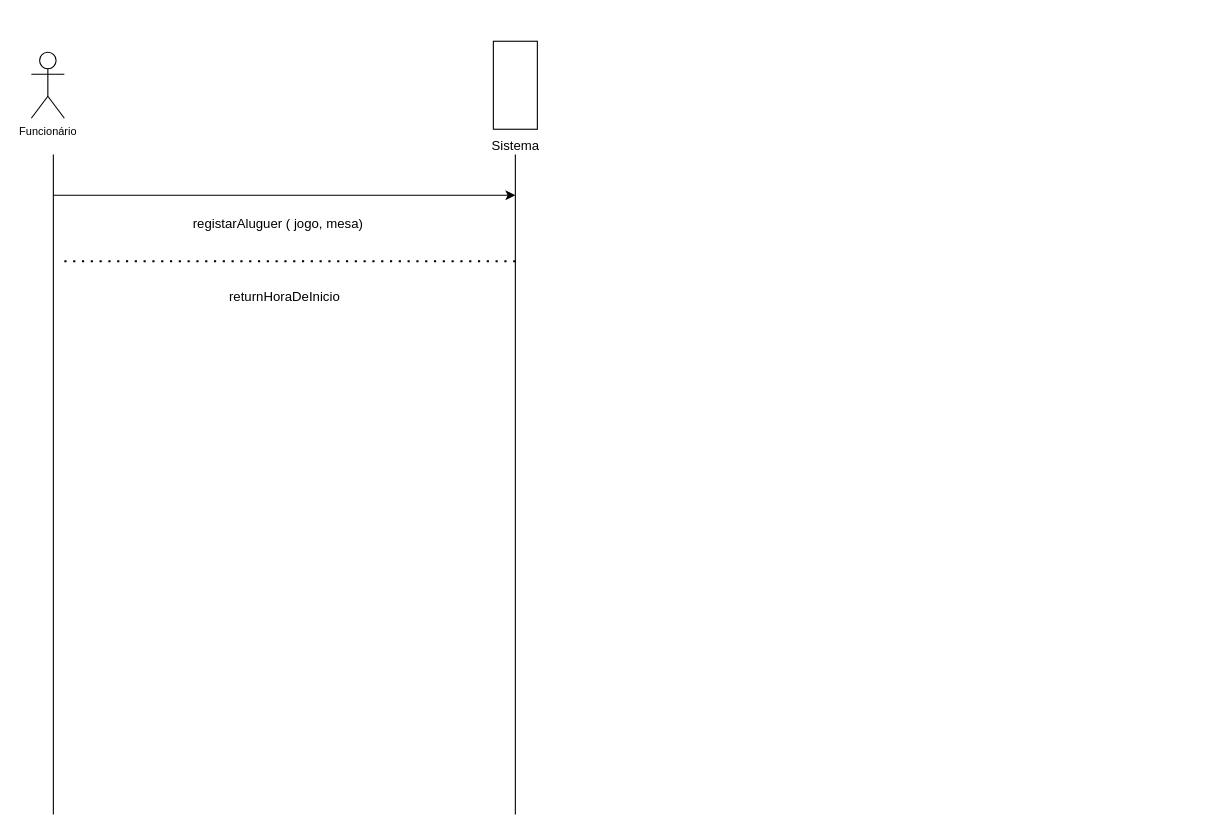
Above: ssd7.drawio in luccamarshall/DCO (draw.io), before the change. Source tidied: cells renumbered, new cells numbered last; positions are measured from the earlier drawing's top-left corner, leaving out a move shared by most shapes. Both pictures are drawn from the tidied source at 110%, with x=0, y=0 at pixel (31, 52).
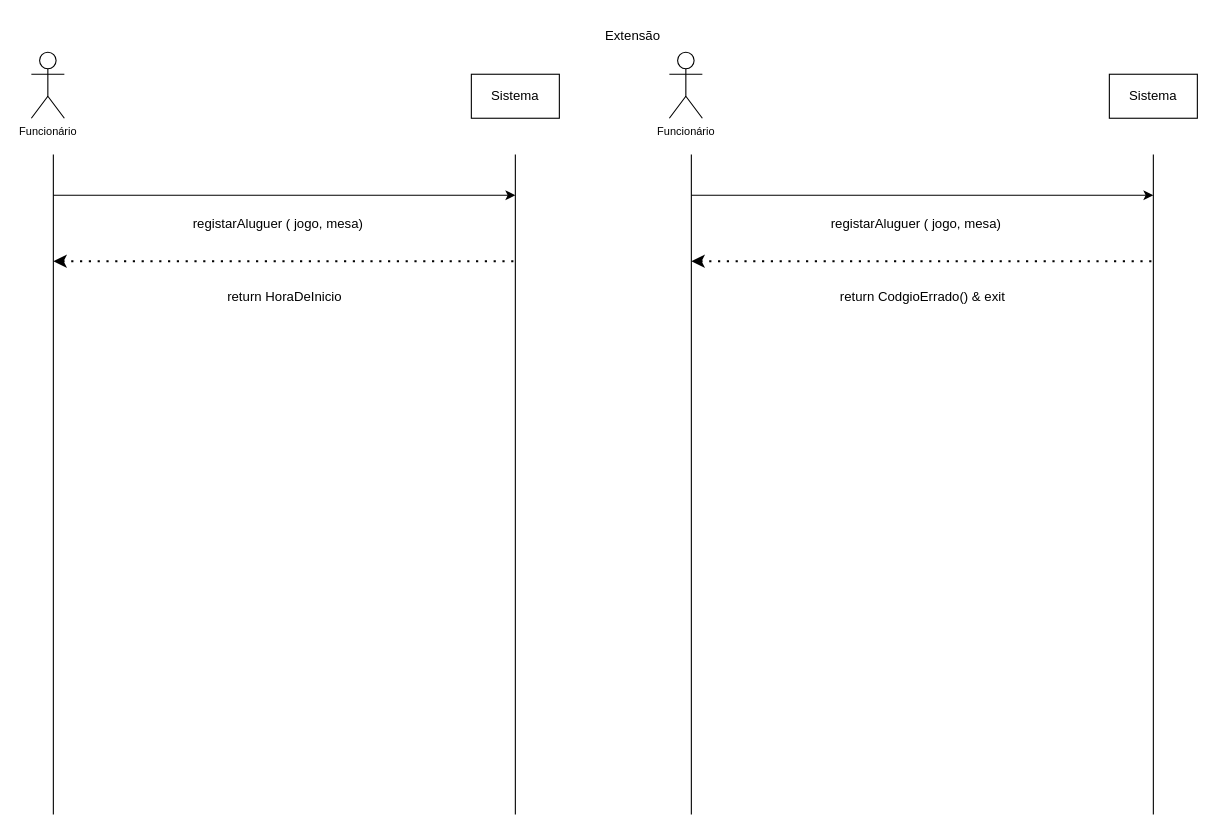
Above is the later version.

The edit, as a diff of the source:
```diff
@@
-    <mxCell id="7" style="rounded=0;whiteSpace=wrap;html=1;rotation=90;" parent="1" vertex="1">
-      <mxGeometry x="400" y="10" width="80" height="40" as="geometry" />
-    </mxCell>
-    <mxCell id="8" value="Sistema&lt;br&gt;" style="text;html=1;align=center;verticalAlign=middle;strokeColor=none;fillColor=none;" parent="1" vertex="1">
-      <mxGeometry x="405" y="70" width="70" height="30" as="geometry" />
-    </mxCell>
-    <mxCell id="9" style="endArrow=none;dashed=1;html=1;dashPattern=1 3;strokeWidth=2;rounded=0;" parent="1" edge="1">
+    <mxCell id="9" style="endArrow=none;dashed=1;html=1;dashPattern=1 3;strokeWidth=2;rounded=0;startArrow=classic;startFill=1;" parent="1" edge="1">
       <mxGeometry relative="1" as="geometry">
-        <mxPoint x="30" y="190" as="sourcePoint" />
+        <mxPoint x="20" y="190" as="sourcePoint" />
         <mxPoint x="440" y="190" as="targetPoint" />
       </mxGeometry>
     </mxCell>
-    <mxCell id="10" value="returnHoraDeInicio" style="text;html=1;align=center;verticalAlign=middle;strokeColor=none;fillColor=none;" parent="1" vertex="1">
-      <mxGeometry x="170" y="208" width="120" height="30" as="geometry" />
+    <mxCell id="10" value="return HoraDeInicio" style="text;html=1;align=center;verticalAlign=middle;strokeColor=none;fillColor=none;" parent="1" vertex="1">
+      <mxGeometry x="165" y="208" width="130" height="30" as="geometry" />
     </mxCell>
+    <mxCell id="11" value="Sistema" style="rounded=0;whiteSpace=wrap;html=1;" parent="1" vertex="1">
+      <mxGeometry x="400" y="20" width="80" height="40" as="geometry" />
+    </mxCell>
+    <mxCell id="12" value="&lt;sup&gt;Funcionário&lt;/sup&gt;" style="shape=umlActor;verticalLabelPosition=bottom;verticalAlign=top;html=1;" parent="1" vertex="1">
+      <mxGeometry x="580" width="30" height="60" as="geometry" />
+    </mxCell>
+    <mxCell id="13" style="endArrow=none;html=1;rounded=0;" parent="1" edge="1">
+      <mxGeometry relative="1" as="geometry">
+        <mxPoint x="600" y="693" as="sourcePoint" />
+        <mxPoint x="600" y="93" as="targetPoint" />
+      </mxGeometry>
+    </mxCell>
+    <mxCell id="14" style="endArrow=classic;html=1;rounded=0;" parent="1" edge="1">
+      <mxGeometry relative="1" as="geometry">
+        <mxPoint x="600" y="130" as="sourcePoint" />
+        <mxPoint x="1020" y="130" as="targetPoint" />
+      </mxGeometry>
+    </mxCell>
+    <mxCell id="15" value="registarAluguer ( jogo, mesa)" style="text;html=1;align=center;verticalAlign=middle;strokeColor=none;fillColor=none;" parent="1" vertex="1">
+      <mxGeometry x="714" y="141" width="180" height="30" as="geometry" />
+    </mxCell>
+    <mxCell id="16" style="endArrow=none;html=1;rounded=0;" parent="1" edge="1">
+      <mxGeometry relative="1" as="geometry">
+        <mxPoint x="1020" y="693" as="sourcePoint" />
+        <mxPoint x="1020" y="93" as="targetPoint" />
+      </mxGeometry>
+    </mxCell>
+    <mxCell id="17" style="endArrow=none;dashed=1;html=1;dashPattern=1 3;strokeWidth=2;rounded=0;startArrow=classic;startFill=1;" parent="1" edge="1">
+      <mxGeometry relative="1" as="geometry">
+        <mxPoint x="600" y="190" as="sourcePoint" />
+        <mxPoint x="1020" y="190" as="targetPoint" />
+      </mxGeometry>
+    </mxCell>
+    <mxCell id="18" value="return CodgioErrado() &amp;amp; exit" style="text;html=1;align=center;verticalAlign=middle;strokeColor=none;fillColor=none;" parent="1" vertex="1">
+      <mxGeometry x="725" y="208" width="170" height="30" as="geometry" />
+    </mxCell>
+    <mxCell id="19" value="Sistema" style="rounded=0;whiteSpace=wrap;html=1;" parent="1" vertex="1">
+      <mxGeometry x="980" y="20" width="80" height="40" as="geometry" />
+    </mxCell>
+    <mxCell id="20" value="Extensão" style="text;html=1;strokeColor=none;fillColor=none;align=center;verticalAlign=middle;whiteSpace=wrap;rounded=0;" parent="1" vertex="1">
+      <mxGeometry x="517" y="-30" width="60" height="30" as="geometry" />
+    </mxCell>
```
